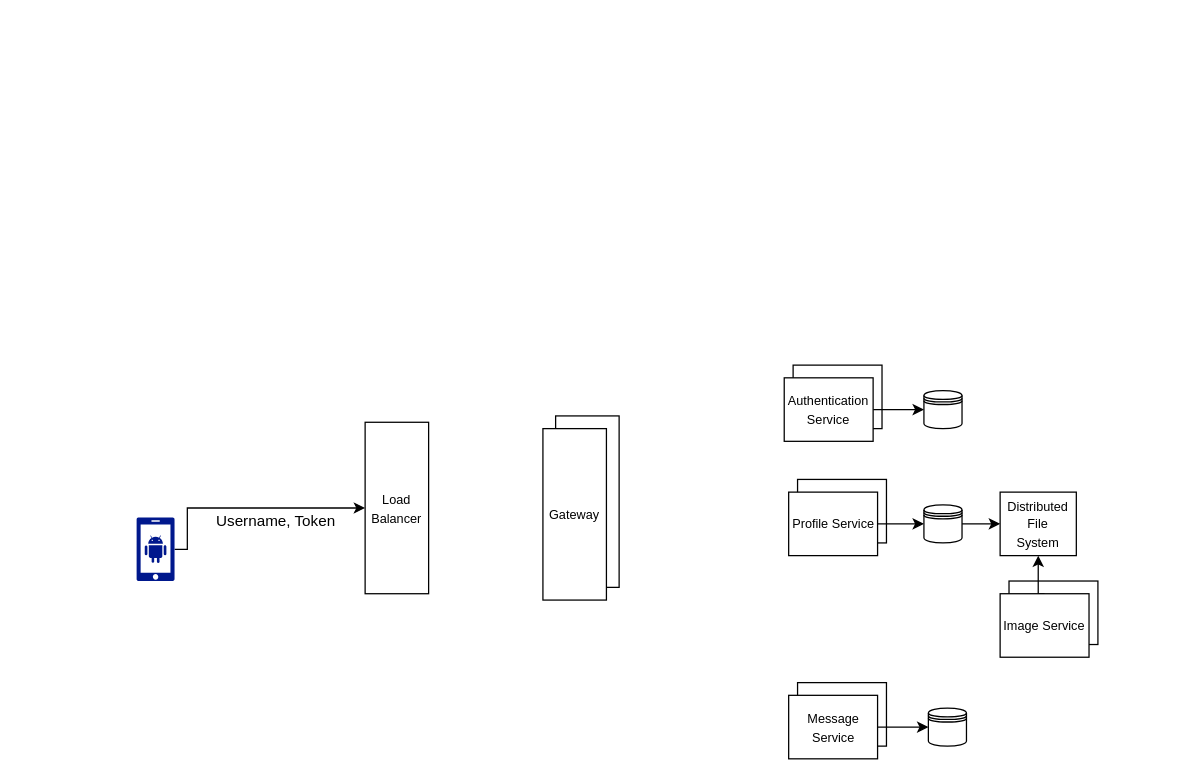
Earlier version of the draw.io diagram src/SystemDesign/Tinder/tinder.drawio (kovalmaximv/Handbook). Source tidied: cells renumbered, new cells numbered last; positions are measured from the earlier drawing's top-left corner, leaving out a move shared by most shapes. Both pictures are drawn from the tidied source at 127%, with x=0, y=0 at pixel (136, 364).
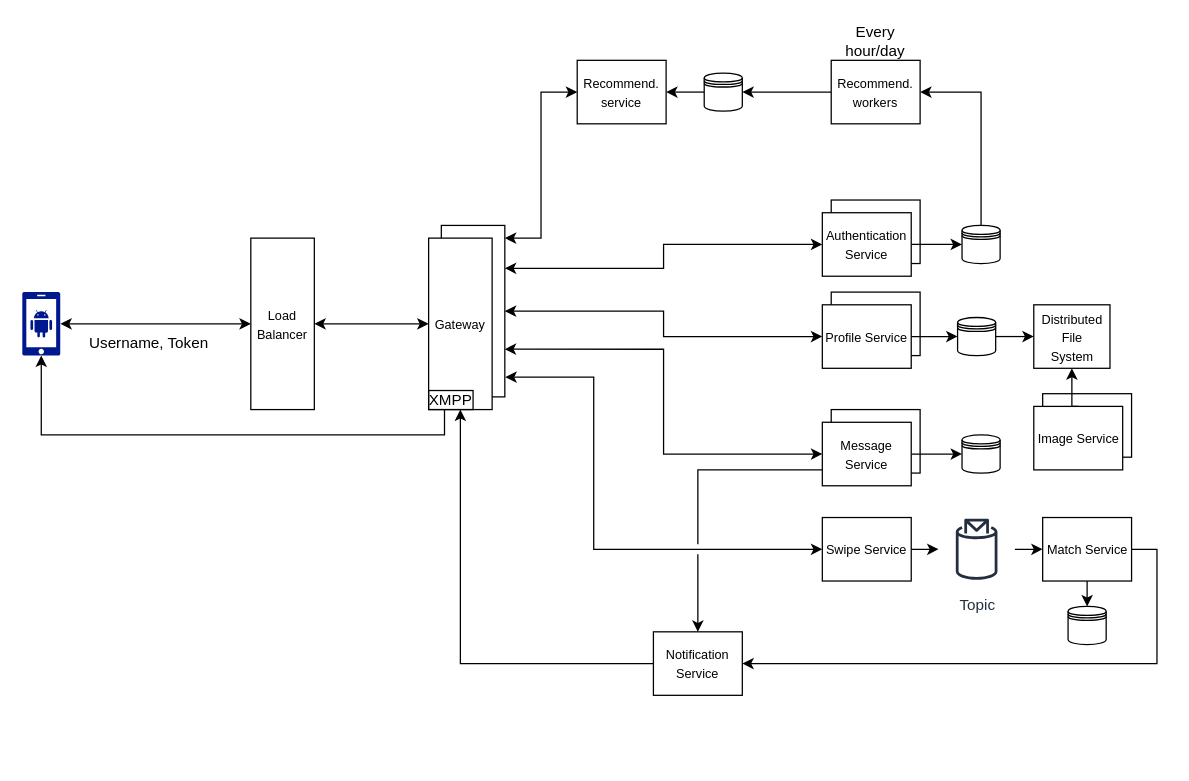
The same diagram, later.

Diff of the diagram source:
```diff
@@
-    <mxCell id="2" style="edgeStyle=orthogonalEdgeStyle;rounded=0;jettySize=auto;html=1;exitX=1;exitY=0.5;exitDx=0;exitDy=0;exitPerimeter=0;entryX=0;entryY=0.5;entryDx=0;entryDy=0;" parent="1" edge="1" source="3" target="8">
-      <mxGeometry relative="1" as="geometry">
-        <Array as="points">
-          <mxPoint x="40" y="145" />
-          <mxPoint x="40" y="113" />
-        </Array>
-      </mxGeometry>
+    <mxCell id="2" style="edgeStyle=orthogonalEdgeStyle;rounded=0;jettySize=auto;html=1;exitX=1;exitY=0.5;exitDx=0;exitDy=0;exitPerimeter=0;entryX=0;entryY=0.5;entryDx=0;entryDy=0;startArrow=classic;startFill=1;" parent="1" edge="1" source="3" target="8">
+      <mxGeometry relative="1" as="geometry" />
     </mxCell>
     <mxCell id="3" style="sketch=0;shadow=0;dashed=0;html=1;strokeColor=none;labelPosition=center;verticalLabelPosition=bottom;verticalAlign=top;align=center;fillColor=#00188D;shape=mxgraph.mscae.enterprise.android_phone;" parent="1" vertex="1">
-      <mxGeometry y="120" width="30" height="50" as="geometry" />
+      <mxGeometry x="-90" y="-57.5" width="30" height="50" as="geometry" />
     </mxCell>
+    <mxCell id="25" style="edgeStyle=orthogonalEdgeStyle;rounded=0;jettySize=auto;html=1;exitX=0.5;exitY=0;exitDx=0;exitDy=0;entryX=1;entryY=0.5;entryDx=0;entryDy=0;" parent="1" edge="1" source="4" target="34">
+      <mxGeometry relative="1" as="geometry" />
+    </mxCell>
     <mxCell id="4" style="shape=datastore;whiteSpace=wrap;html=1;" parent="1" vertex="1">
-      <mxGeometry x="620" y="20" width="30" height="30" as="geometry" />
+      <mxGeometry x="650" y="-110" width="30" height="30" as="geometry" />
     </mxCell>
     <mxCell id="5" style="rounded=0;whiteSpace=wrap;html=1;" parent="1" vertex="1">
-      <mxGeometry x="517" width="70" height="50" as="geometry" />
+      <mxGeometry x="547" y="-130" width="70" height="50" as="geometry" />
     </mxCell>
@@
+    <mxCell id="26" style="edgeStyle=orthogonalEdgeStyle;rounded=0;jettySize=auto;html=1;exitX=0;exitY=0.5;exitDx=0;exitDy=0;entryX=1;entryY=0.25;entryDx=0;entryDy=0;startArrow=classic;startFill=1;" parent="1" edge="1" source="7" target="9">
+      <mxGeometry relative="1" as="geometry" />
+    </mxCell>
     <mxCell id="7" value="&lt;font style=&quot;font-size: 10px;&quot;&gt;Authentication Service&lt;/font&gt;" style="rounded=0;whiteSpace=wrap;html=1;" parent="1" vertex="1">
-      <mxGeometry x="510" y="10" width="70" height="50" as="geometry" />
+      <mxGeometry x="540" y="-120" width="70" height="50" as="geometry" />
     </mxCell>
+    <mxCell id="27" style="edgeStyle=orthogonalEdgeStyle;rounded=0;jettySize=auto;html=1;exitX=1;exitY=0.5;exitDx=0;exitDy=0;entryX=0;entryY=0.5;entryDx=0;entryDy=0;startArrow=classic;startFill=1;" parent="1" edge="1" source="8" target="10">
+      <mxGeometry relative="1" as="geometry" />
+    </mxCell>
     <mxCell id="8" value="&lt;font style=&quot;font-size: 10px;&quot;&gt;Load&lt;br&gt;Balancer&lt;/font&gt;" style="rounded=0;whiteSpace=wrap;html=1;" parent="1" vertex="1">
-      <mxGeometry x="180" y="45" width="50" height="135" as="geometry" />
+      <mxGeometry x="90" y="-100" width="50" height="135" as="geometry" />
     </mxCell>
     <mxCell id="9" style="rounded=0;whiteSpace=wrap;html=1;" parent="1" vertex="1">
-      <mxGeometry x="330" y="40" width="50" height="135" as="geometry" />
+      <mxGeometry x="240" y="-110" width="50" height="135" as="geometry" />
     </mxCell>
     <mxCell id="10" value="&lt;span style=&quot;font-size: 10px;&quot;&gt;Gateway&lt;/span&gt;" style="rounded=0;whiteSpace=wrap;html=1;" parent="1" vertex="1">
-      <mxGeometry x="320" y="50" width="50" height="135" as="geometry" />
+      <mxGeometry x="230" y="-100" width="50" height="135" as="geometry" />
     </mxCell>
     <mxCell id="11" style="rounded=0;whiteSpace=wrap;html=1;" parent="1" vertex="1">
-      <mxGeometry x="520.5" y="90" width="70" height="50" as="geometry" />
+      <mxGeometry x="547" y="-57.5" width="70" height="50" as="geometry" />
     </mxCell>
@@
+    <mxCell id="28" style="edgeStyle=orthogonalEdgeStyle;rounded=0;jettySize=auto;html=1;exitX=0;exitY=0.5;exitDx=0;exitDy=0;entryX=1;entryY=0.5;entryDx=0;entryDy=0;startArrow=classic;startFill=1;" parent="1" edge="1" source="13" target="9">
+      <mxGeometry relative="1" as="geometry" />
+    </mxCell>
     <mxCell id="13" value="&lt;font style=&quot;font-size: 10px;&quot;&gt;Profile Service&lt;/font&gt;" style="rounded=0;whiteSpace=wrap;html=1;" parent="1" vertex="1">
-      <mxGeometry x="513.5" y="100" width="70" height="50" as="geometry" />
+      <mxGeometry x="540" y="-47.5" width="70" height="50" as="geometry" />
     </mxCell>
@@
     <mxCell id="15" style="shape=datastore;whiteSpace=wrap;html=1;" parent="1" vertex="1">
-      <mxGeometry x="620" y="110" width="30" height="30" as="geometry" />
+      <mxGeometry x="646.5" y="-37.5" width="30" height="30" as="geometry" />
     </mxCell>
     <mxCell id="16" value="Username, Token" style="text;html=1;strokeColor=none;fillColor=none;align=center;verticalAlign=middle;whiteSpace=wrap;rounded=0;" parent="1" vertex="1">
-      <mxGeometry x="60" y="107.5" width="100" height="30" as="geometry" />
+      <mxGeometry x="-40" y="-32.5" width="100" height="30" as="geometry" />
     </mxCell>
     <mxCell id="17" style="rounded=0;whiteSpace=wrap;html=1;" parent="1" vertex="1">
-      <mxGeometry x="687" y="170" width="70" height="50" as="geometry" />
+      <mxGeometry x="713.5" y="22.5" width="70" height="50" as="geometry" />
     </mxCell>
@@
     <mxCell id="19" value="&lt;font style=&quot;font-size: 10px;&quot;&gt;Image Service&lt;/font&gt;" style="rounded=0;whiteSpace=wrap;html=1;" parent="1" vertex="1">
-      <mxGeometry x="680" y="180" width="70" height="50" as="geometry" />
+      <mxGeometry x="706.5" y="32.5" width="70" height="50" as="geometry" />
     </mxCell>
     <mxCell id="20" value="&lt;font style=&quot;font-size: 10px;&quot;&gt;Distributed&lt;br&gt;File&lt;br&gt;System&lt;br&gt;&lt;/font&gt;" style="rounded=0;whiteSpace=wrap;html=1;" parent="1" vertex="1">
-      <mxGeometry x="680" y="100" width="60" height="50" as="geometry" />
+      <mxGeometry x="706.5" y="-47.5" width="60" height="50" as="geometry" />
     </mxCell>
     <mxCell id="21" style="shape=datastore;whiteSpace=wrap;html=1;" parent="1" vertex="1">
-      <mxGeometry x="623.5" y="270" width="30" height="30" as="geometry" />
+      <mxGeometry x="650" y="55" width="30" height="30" as="geometry" />
     </mxCell>
     <mxCell id="22" style="rounded=0;whiteSpace=wrap;html=1;" parent="1" vertex="1">
-      <mxGeometry x="520.5" y="250" width="70" height="50" as="geometry" />
+      <mxGeometry x="547" y="35" width="70" height="50" as="geometry" />
     </mxCell>
@@
     <mxCell id="24" value="&lt;font style=&quot;font-size: 10px;&quot;&gt;Message Service&lt;/font&gt;" style="rounded=0;whiteSpace=wrap;html=1;" parent="1" vertex="1">
-      <mxGeometry x="513.5" y="260" width="70" height="50" as="geometry" />
+      <mxGeometry x="540" y="45" width="70" height="50" as="geometry" />
     </mxCell>
+    <mxCell id="29" style="edgeStyle=orthogonalEdgeStyle;rounded=0;jettySize=auto;html=1;" parent="1" edge="1" source="30" target="42">
+      <mxGeometry relative="1" as="geometry" />
+    </mxCell>
+    <mxCell id="30" value="Topic" style="sketch=0;outlineConnect=0;fontColor=#232F3E;gradientColor=none;strokeColor=#232F3E;fillColor=#ffffff;dashed=0;verticalLabelPosition=bottom;verticalAlign=top;align=center;html=1;fontSize=12;fontStyle=0;shape=mxgraph.aws4.resourceIcon;resIcon=mxgraph.aws4.topic_2;" parent="1" vertex="1">
+      <mxGeometry x="631.5" y="115" width="60" height="60" as="geometry" />
+    </mxCell>
+    <mxCell id="31" style="edgeStyle=orthogonalEdgeStyle;rounded=0;jettySize=auto;html=1;exitX=1;exitY=0.5;exitDx=0;exitDy=0;" parent="1" edge="1" source="32" target="30">
+      <mxGeometry relative="1" as="geometry" />
+    </mxCell>
+    <mxCell id="32" value="&lt;span style=&quot;font-size: 10px;&quot;&gt;Swipe Service&lt;/span&gt;" style="rounded=0;whiteSpace=wrap;html=1;" parent="1" vertex="1">
+      <mxGeometry x="540" y="120" width="70" height="50" as="geometry" />
+    </mxCell>
+    <mxCell id="33" style="edgeStyle=orthogonalEdgeStyle;rounded=0;jettySize=auto;html=1;exitX=0;exitY=0.5;exitDx=0;exitDy=0;entryX=1;entryY=0.5;entryDx=0;entryDy=0;" parent="1" edge="1" source="34" target="36">
+      <mxGeometry relative="1" as="geometry" />
+    </mxCell>
+    <mxCell id="34" value="&lt;span style=&quot;font-size: 10px;&quot;&gt;Recommend.&lt;br&gt;workers&lt;br&gt;&lt;/span&gt;" style="rounded=0;whiteSpace=wrap;html=1;" parent="1" vertex="1">
+      <mxGeometry x="547" y="-240" width="70" height="50" as="geometry" />
+    </mxCell>
+    <mxCell id="35" style="edgeStyle=orthogonalEdgeStyle;rounded=0;jettySize=auto;html=1;exitX=0;exitY=0.5;exitDx=0;exitDy=0;entryX=1;entryY=0.5;entryDx=0;entryDy=0;" parent="1" edge="1" source="36" target="38">
+      <mxGeometry relative="1" as="geometry" />
+    </mxCell>
+    <mxCell id="36" style="shape=datastore;whiteSpace=wrap;html=1;" parent="1" vertex="1">
+      <mxGeometry x="447" y="-230" width="30" height="30" as="geometry" />
+    </mxCell>
+    <mxCell id="37" value="Every hour/day" style="text;html=1;strokeColor=none;fillColor=none;align=center;verticalAlign=middle;whiteSpace=wrap;rounded=0;" parent="1" vertex="1">
+      <mxGeometry x="552" y="-270" width="60" height="30" as="geometry" />
+    </mxCell>
+    <mxCell id="38" value="&lt;span style=&quot;font-size: 10px;&quot;&gt;Recommend.&lt;br&gt;service&lt;br&gt;&lt;/span&gt;" style="rounded=0;whiteSpace=wrap;html=1;" parent="1" vertex="1">
+      <mxGeometry x="347" y="-240" width="70" height="50" as="geometry" />
+    </mxCell>
+    <mxCell id="39" style="edgeStyle=orthogonalEdgeStyle;rounded=0;jettySize=auto;html=1;exitX=0;exitY=0.5;exitDx=0;exitDy=0;entryX=1;entryY=0.074;entryDx=0;entryDy=0;entryPerimeter=0;startArrow=classic;startFill=1;" parent="1" edge="1" source="38" target="9">
+      <mxGeometry relative="1" as="geometry" />
+    </mxCell>
+    <mxCell id="40" style="edgeStyle=orthogonalEdgeStyle;rounded=0;jettySize=auto;html=1;exitX=0.5;exitY=1;exitDx=0;exitDy=0;entryX=0.5;entryY=0;entryDx=0;entryDy=0;" parent="1" edge="1" source="42" target="43">
+      <mxGeometry relative="1" as="geometry" />
+    </mxCell>
+    <mxCell id="41" style="edgeStyle=orthogonalEdgeStyle;rounded=0;jettySize=auto;html=1;exitX=1;exitY=0.5;exitDx=0;exitDy=0;entryX=1;entryY=0.5;entryDx=0;entryDy=0;" parent="1" edge="1" source="42" target="45">
+      <mxGeometry relative="1" as="geometry" />
+    </mxCell>
+    <mxCell id="42" value="&lt;span style=&quot;font-size: 10px;&quot;&gt;Match Service&lt;/span&gt;" style="rounded=0;whiteSpace=wrap;html=1;" parent="1" vertex="1">
+      <mxGeometry x="713.5" y="120" width="70" height="50" as="geometry" />
+    </mxCell>
+    <mxCell id="43" style="shape=datastore;whiteSpace=wrap;html=1;" parent="1" vertex="1">
+      <mxGeometry x="733.5" y="190" width="30" height="30" as="geometry" />
+    </mxCell>
+    <mxCell id="44" style="edgeStyle=orthogonalEdgeStyle;rounded=0;jettySize=auto;html=1;exitX=0;exitY=0.5;exitDx=0;exitDy=0;entryX=0.5;entryY=1;entryDx=0;entryDy=0;" parent="1" edge="1" source="45" target="10">
+      <mxGeometry relative="1" as="geometry">
+        <Array as="points">
+          <mxPoint x="255" y="235" />
+        </Array>
+      </mxGeometry>
+    </mxCell>
+    <mxCell id="45" value="&lt;span style=&quot;font-size: 10px;&quot;&gt;Notification Service&lt;/span&gt;" style="rounded=0;whiteSpace=wrap;html=1;" parent="1" vertex="1">
+      <mxGeometry x="407" y="210" width="70" height="50" as="geometry" />
+    </mxCell>
+    <mxCell id="46" style="edgeStyle=orthogonalEdgeStyle;rounded=0;jettySize=auto;html=1;exitX=0;exitY=0.5;exitDx=0;exitDy=0;entryX=0.998;entryY=0.722;entryDx=0;entryDy=0;entryPerimeter=0;startArrow=classic;startFill=1;" parent="1" edge="1" source="24" target="9">
+      <mxGeometry relative="1" as="geometry" />
+    </mxCell>
+    <mxCell id="47" style="edgeStyle=orthogonalEdgeStyle;rounded=0;jettySize=auto;html=1;exitX=0;exitY=0.5;exitDx=0;exitDy=0;entryX=1.008;entryY=0.885;entryDx=0;entryDy=0;entryPerimeter=0;startArrow=classic;startFill=1;" parent="1" edge="1" source="32" target="9">
+      <mxGeometry relative="1" as="geometry">
+        <Array as="points">
+          <mxPoint x="360" y="145" />
+          <mxPoint x="360" y="10" />
+        </Array>
+      </mxGeometry>
+    </mxCell>
+    <mxCell id="48" style="edgeStyle=orthogonalEdgeStyle;rounded=0;jettySize=auto;html=1;exitX=0;exitY=0.75;exitDx=0;exitDy=0;entryX=0.5;entryY=0;entryDx=0;entryDy=0;jumpStyle=gap;jumpSize=8;" parent="1" edge="1" source="24" target="45">
+      <mxGeometry relative="1" as="geometry" />
+    </mxCell>
+    <mxCell id="49" style="edgeStyle=orthogonalEdgeStyle;rounded=0;jettySize=auto;html=1;exitX=0.25;exitY=1;exitDx=0;exitDy=0;entryX=0.5;entryY=1;entryDx=0;entryDy=0;entryPerimeter=0;" parent="1" edge="1" source="10" target="3">
+      <mxGeometry relative="1" as="geometry" />
+    </mxCell>
+    <mxCell id="50" value="XMPP" style="text;html=1;strokeColor=default;fillColor=none;align=center;verticalAlign=middle;whiteSpace=wrap;rounded=0;" parent="1" vertex="1">
+      <mxGeometry x="230" y="20" width="35" height="15" as="geometry" />
+    </mxCell>
```
